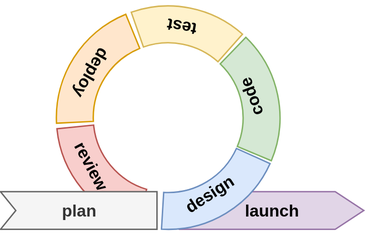
Above: lectures/figures/agile.drawio.svg in pintergreg/software-engineering (draw.io), before the change. Source tidied: cells renumbered, new cells last; positions are measured from the earlier drawing's top-left corner, leaving out a move shared by most shapes.
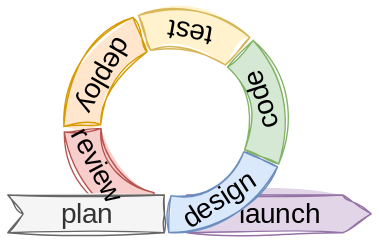
Above is the later version.

Commit message:
Apply sketch to agile loop figure GH-47

The edit, as a diff of the source:
```diff
@@ -2,41 +2,41 @@
   <root>
     <mxCell id="0" />
     <mxCell id="1" parent="0" />
-    <mxCell id="2" value="launch" style="html=1;shape=mxgraph.infographic.ribbonSimple;notch1=0;notch2=20.5;fillColor=#e1d5e7;strokeColor=#9673a6;align=center;verticalAlign=middle;fontSize=12;fontStyle=1;" parent="1" vertex="1">
+    <mxCell id="2" value="launch" style="html=1;shape=mxgraph.infographic.ribbonSimple;notch1=0;notch2=20.5;fillColor=#e1d5e7;strokeColor=#9673a6;align=center;verticalAlign=middle;fontSize=20;fontStyle=0;sketch=1;curveFitting=1;jiggle=2;fillStyle=solid;fontFamily=Delicious Handrawn;fontSource=https%3A%2F%2Ffonts.googleapis.com%2Fcss%3Ffamily%3DDelicious%2BHandrawn;spacingBottom=4;" parent="1" vertex="1">
       <mxGeometry x="128" y="133" width="132" height="27" as="geometry" />
     </mxCell>
-    <mxCell id="3" style="verticalLabelPosition=bottom;verticalAlign=top;html=1;shape=mxgraph.basic.partConcEllipse;fillColor=#dae8fc;strokeColor=#6c8ebf;startAngle=0.3174606254323647;endAngle=0.5095378621179181;arcWidth=0.33;align=center;" parent="1" vertex="1">
+    <mxCell id="3" style="verticalLabelPosition=bottom;verticalAlign=top;html=1;shape=mxgraph.basic.partConcEllipse;fillColor=#dae8fc;strokeColor=#6c8ebf;startAngle=0.3174606254323647;endAngle=0.5095378621179181;arcWidth=0.33;align=center;sketch=1;curveFitting=1;jiggle=2;fillStyle=solid;" parent="1" vertex="1">
       <mxGeometry x="40" width="160" height="160" as="geometry" />
     </mxCell>
-    <mxCell id="4" value="design" style="text;html=1;align=center;verticalAlign=middle;whiteSpace=wrap;rounded=0;fontStyle=1;fontSize=12;rotation=-33;" parent="1" vertex="1">
+    <mxCell id="4" value="design" style="text;html=1;align=center;verticalAlign=middle;whiteSpace=wrap;rounded=0;fontStyle=0;fontSize=20;rotation=-33;fontFamily=Delicious Handrawn;fontSource=https%3A%2F%2Ffonts.googleapis.com%2Fcss%3Ffamily%3DDelicious%2BHandrawn;" parent="1" vertex="1">
       <mxGeometry x="120" y="120" width="60" height="30" as="geometry" />
     </mxCell>
-    <mxCell id="5" style="verticalLabelPosition=bottom;verticalAlign=top;html=1;shape=mxgraph.basic.partConcEllipse;fillColor=#d5e8d4;strokeColor=#82b366;startAngle=0.12227189676882169;endAngle=0.312957103985267;arcWidth=0.33;align=center;" parent="1" vertex="1">
+    <mxCell id="5" style="verticalLabelPosition=bottom;verticalAlign=top;html=1;shape=mxgraph.basic.partConcEllipse;fillColor=#d5e8d4;strokeColor=#82b366;startAngle=0.12227189676882169;endAngle=0.312957103985267;arcWidth=0.33;align=center;sketch=1;curveFitting=1;jiggle=2;fillStyle=solid;" parent="1" vertex="1">
       <mxGeometry x="40" width="160" height="160" as="geometry" />
     </mxCell>
-    <mxCell id="6" style="verticalLabelPosition=bottom;verticalAlign=top;html=1;shape=mxgraph.basic.partConcEllipse;fillColor=#fff2cc;strokeColor=#d6b656;startAngle=0.9464165382800312;endAngle=0.11574745172097209;arcWidth=0.33;align=center;" parent="1" vertex="1">
+    <mxCell id="6" style="verticalLabelPosition=bottom;verticalAlign=top;html=1;shape=mxgraph.basic.partConcEllipse;fillColor=#fff2cc;strokeColor=#d6b656;startAngle=0.9464165382800312;endAngle=0.11574745172097209;arcWidth=0.33;align=center;fillStyle=solid;sketch=1;curveFitting=1;jiggle=2;" parent="1" vertex="1">
       <mxGeometry x="40" width="160" height="160" as="geometry" />
     </mxCell>
-    <mxCell id="7" style="verticalLabelPosition=bottom;verticalAlign=top;html=1;shape=mxgraph.basic.partConcEllipse;fillColor=#ffe6cc;strokeColor=#d79b00;startAngle=0.7420488743719118;endAngle=0.9380732523341831;arcWidth=0.33;align=center;" parent="1" vertex="1">
+    <mxCell id="7" style="verticalLabelPosition=bottom;verticalAlign=top;html=1;shape=mxgraph.basic.partConcEllipse;fillColor=#ffe6cc;strokeColor=#d79b00;startAngle=0.7420488743719118;endAngle=0.9380732523341831;arcWidth=0.33;align=center;fillStyle=solid;sketch=1;curveFitting=1;jiggle=2;" parent="1" vertex="1">
       <mxGeometry x="40" width="160" height="160" as="geometry" />
     </mxCell>
-    <mxCell id="8" style="verticalLabelPosition=bottom;verticalAlign=top;html=1;shape=mxgraph.basic.partConcEllipse;fillColor=#f8cecc;strokeColor=#b85450;startAngle=0.5463867895388711;endAngle=0.7341372412847231;arcWidth=0.33;align=center;" parent="1" vertex="1">
+    <mxCell id="8" style="verticalLabelPosition=bottom;verticalAlign=top;html=1;shape=mxgraph.basic.partConcEllipse;fillColor=#f8cecc;strokeColor=#b85450;startAngle=0.5463867895388711;endAngle=0.7341372412847231;arcWidth=0.33;align=center;fillStyle=solid;sketch=1;curveFitting=1;jiggle=2;" parent="1" vertex="1">
       <mxGeometry x="40" width="160" height="160" as="geometry" />
     </mxCell>
-    <mxCell id="9" value="plan" style="html=1;shape=mxgraph.infographic.ribbonSimple;notch1=10.97;notch2=0;fillColor=#f5f5f5;strokeColor=#666666;align=center;verticalAlign=middle;fontSize=12;fontStyle=1;fontColor=#333333;" parent="1" vertex="1">
+    <mxCell id="9" value="plan" style="html=1;shape=mxgraph.infographic.ribbonSimple;notch1=10.97;notch2=0;fillColor=#f5f5f5;strokeColor=#666666;align=center;verticalAlign=middle;fontSize=20;fontStyle=0;fontColor=#333333;fillStyle=solid;sketch=1;curveFitting=1;jiggle=2;fontFamily=Delicious Handrawn;fontSource=https%3A%2F%2Ffonts.googleapis.com%2Fcss%3Ffamily%3DDelicious%2BHandrawn;spacingBottom=4;" parent="1" vertex="1">
       <mxGeometry y="133" width="112" height="27" as="geometry" />
     </mxCell>
-    <mxCell id="10" value="code" style="text;html=1;align=center;verticalAlign=middle;whiteSpace=wrap;rounded=0;fontStyle=1;fontSize=12;rotation=-110;" parent="1" vertex="1">
+    <mxCell id="10" value="code" style="text;html=1;align=center;verticalAlign=middle;whiteSpace=wrap;rounded=0;fontStyle=0;fontSize=20;rotation=252;fontFamily=Delicious Handrawn;fontSource=https%3A%2F%2Ffonts.googleapis.com%2Fcss%3Ffamily%3DDelicious%2BHandrawn;" parent="1" vertex="1">
       <mxGeometry x="150" y="50" width="60" height="30" as="geometry" />
     </mxCell>
-    <mxCell id="11" value="test" style="text;html=1;align=center;verticalAlign=middle;whiteSpace=wrap;rounded=0;fontStyle=1;fontSize=12;rotation=-170;" parent="1" vertex="1">
-      <mxGeometry x="100" width="60" height="30" as="geometry" />
+    <mxCell id="11" value="test" style="text;html=1;align=center;verticalAlign=middle;whiteSpace=wrap;rounded=0;fontStyle=0;fontSize=20;rotation=-170;fontFamily=Delicious Handrawn;fontSource=https%3A%2F%2Ffonts.googleapis.com%2Fcss%3Ffamily%3DDelicious%2BHandrawn;" parent="1" vertex="1">
+      <mxGeometry x="100" y="3" width="60" height="30" as="geometry" />
     </mxCell>
-    <mxCell id="12" value="deploy" style="text;html=1;align=center;verticalAlign=middle;whiteSpace=wrap;rounded=0;fontStyle=1;fontSize=12;rotation=-240;" parent="1" vertex="1">
-      <mxGeometry x="35" y="33" width="60" height="30" as="geometry" />
+    <mxCell id="12" value="deploy" style="text;html=1;align=center;verticalAlign=middle;whiteSpace=wrap;rounded=0;fontStyle=0;fontSize=20;rotation=-240;fontFamily=Delicious Handrawn;fontSource=https%3A%2F%2Ffonts.googleapis.com%2Fcss%3Ffamily%3DDelicious%2BHandrawn;" parent="1" vertex="1">
+      <mxGeometry x="40" y="33" width="60" height="30" as="geometry" />
     </mxCell>
-    <mxCell id="13" value="review" style="text;html=1;align=center;verticalAlign=middle;whiteSpace=wrap;rounded=0;fontStyle=1;fontSize=12;rotation=62;" parent="1" vertex="1">
-      <mxGeometry x="35" y="100" width="60" height="30" as="geometry" />
+    <mxCell id="13" value="review" style="text;html=1;align=center;verticalAlign=middle;whiteSpace=wrap;rounded=0;fontStyle=0;fontSize=20;rotation=62;fontFamily=Delicious Handrawn;fontSource=https%3A%2F%2Ffonts.googleapis.com%2Fcss%3Ffamily%3DDelicious%2BHandrawn;" parent="1" vertex="1">
+      <mxGeometry x="35" y="96" width="60" height="30" as="geometry" />
     </mxCell>
   </root>
 </mxGraphModel>
```
